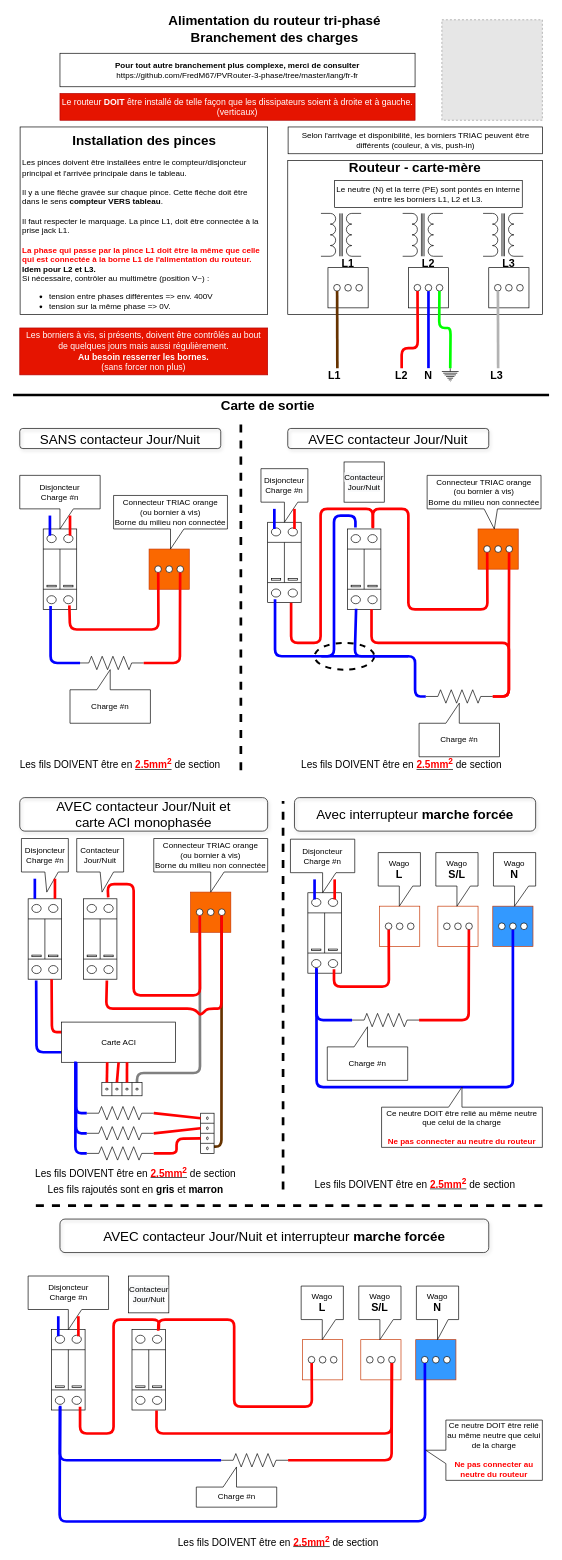
Above: docs/HowToInstall.drawio in FredM67/PVRouter-3-phase (draw.io), before the change. Source tidied: cells renumbered, new cells numbered last; positions are measured from the earlier drawing's top-left corner, leaving out a move shared by most shapes. Both pictures are drawn from the tidied source at 67%, with x=0, y=0 at pixel (13, 11). Pictures stored in the file or linked from it are replaced by grey dashed boxes.
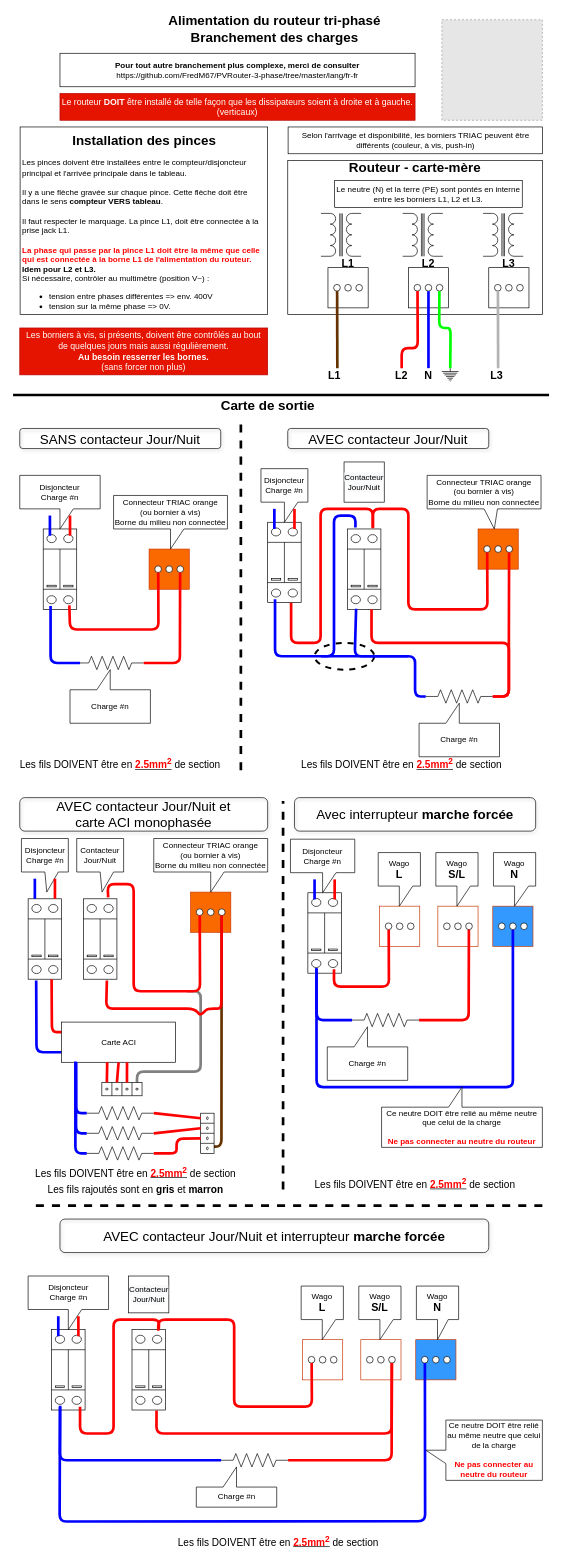
After the change.

The change refers to these unchanged cells:
```xml
<mxCell id="78" style="verticalLabelPosition=bottom;shadow=0;dashed=0;align=center;html=1;verticalAlign=top;shape=mxgraph.electrical.transmission.terminal_3_phase;" parent="1" vertex="1">
  <mxGeometry x="273.5" y="1339" width="43" height="10" as="geometry" />
</mxCell>
<mxCell id="89" style="verticalLabelPosition=bottom;dashed=0;shadow=0;html=1;align=center;verticalAlign=top;shape=mxgraph.cabinets.surge_protection_2p;" parent="1" vertex="1">
  <mxGeometry x="105" y="1324" width="50" height="120" as="geometry" />
</mxCell>
<mxCell id="91" style="verticalLabelPosition=bottom;shadow=0;dashed=0;align=center;html=1;verticalAlign=top;shape=mxgraph.electrical.miscellaneous.terminal_board;rotation=90;" parent="1" vertex="1">
  <mxGeometry x="152.5" y="1578" width="20" height="60" as="geometry" />
</mxCell>
```

Change to the diagram source:
```diff
@@
-    <mxCell id="85" style="html=1;strokeWidth=4;fillColor=#0050ef;endArrow=none;endFill=0;exitX=1;exitY=0.125;exitDx=0;exitDy=0;exitPerimeter=0;entryX=0.12;entryY=1;entryDx=0;entryDy=0;entryPerimeter=0;strokeColor=#808080;" parent="1" edge="1" source="91" target="78">
+    <mxCell id="85" style="html=1;strokeWidth=4;fillColor=#0050ef;endArrow=none;endFill=0;exitX=1;exitY=0.125;exitDx=0;exitDy=0;exitPerimeter=0;strokeColor=#808080;" parent="1" edge="1" source="91">
       <mxGeometry x="-61.5" y="-2364" as="geometry">
+        <mxPoint x="260" y="1462" as="targetPoint" />
         <Array as="points">
-          <mxPoint x="185" y="1584" />
-          <mxPoint x="279" y="1584" />
+          <mxPoint x="185" y="1582" />
+          <mxPoint x="280" y="1582" />
+          <mxPoint x="280" y="1462" />
         </Array>
       </mxGeometry>
     </mxCell>
@@
     <mxCell id="95" style="html=1;fillColor=#a20025;strokeWidth=4;strokeColor=#FF0000;endArrow=none;endFill=0;exitX=0.74;exitY=-0.017;exitDx=0;exitDy=0;exitPerimeter=0;entryX=0.12;entryY=1;entryDx=0;entryDy=0;entryPerimeter=0;" parent="1" edge="1" source="89" target="78">
       <mxGeometry x="-77.5" y="1236" as="geometry">
         <Array as="points">
           <mxPoint x="141" y="1302" />
           <mxPoint x="180" y="1302" />
-          <mxPoint x="180" y="1468" />
-          <mxPoint x="279" y="1468" />
+          <mxPoint x="180" y="1462" />
+          <mxPoint x="279" y="1462" />
         </Array>
       </mxGeometry>
     </mxCell>
```
